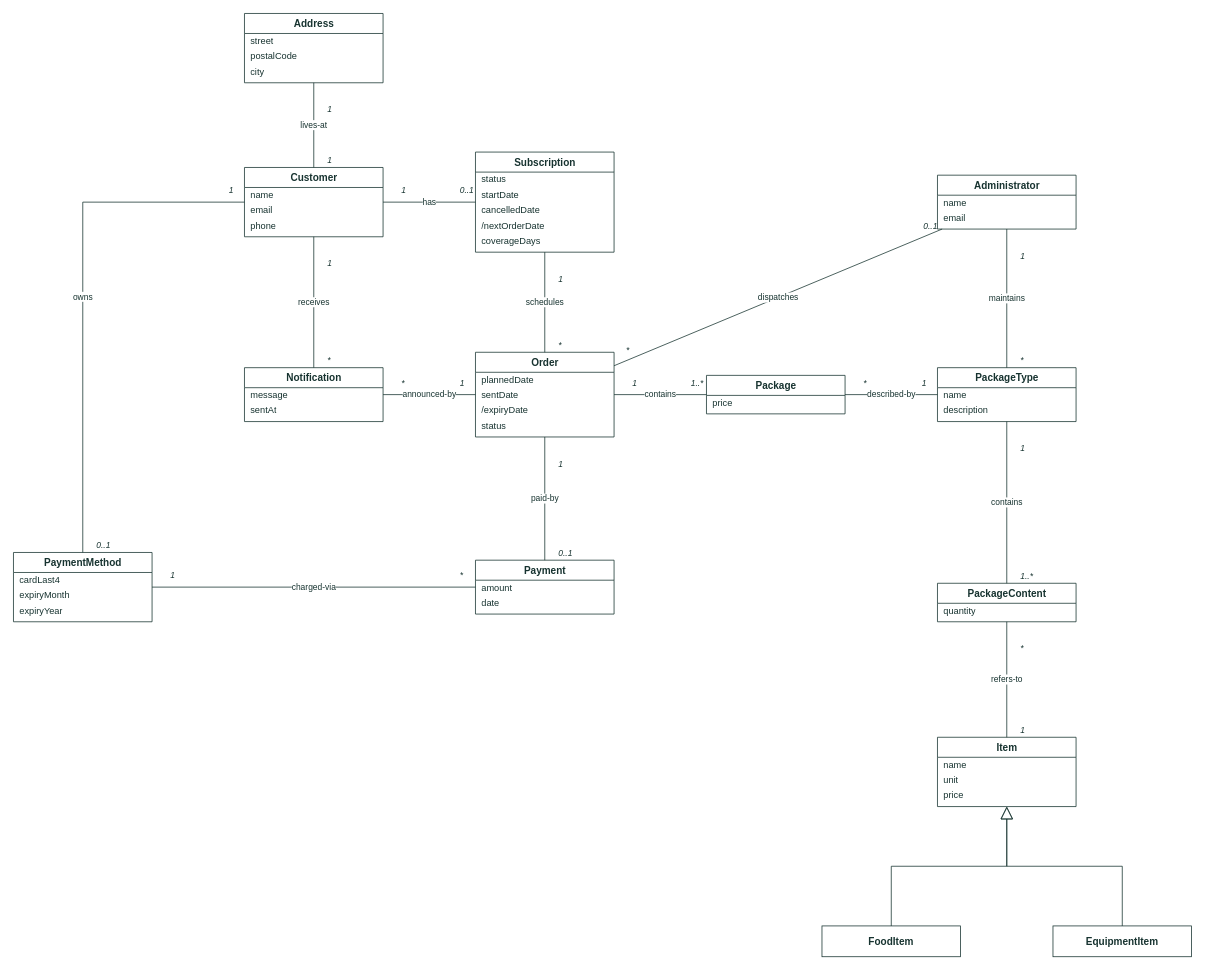
Before: page "Domain model" (1 of 3) of docs/assets/drawio/domain-model.drawio in Mosekjaer/prepmeup, a draw.io diagram. Source tidied: cells renumbered, new cells numbered last; positions are measured from the earlier drawing's top-left corner, leaving out a move shared by most shapes. Both pictures are drawn from the tidied source at 77%, with x=0, y=0 at pixel (13, 13).
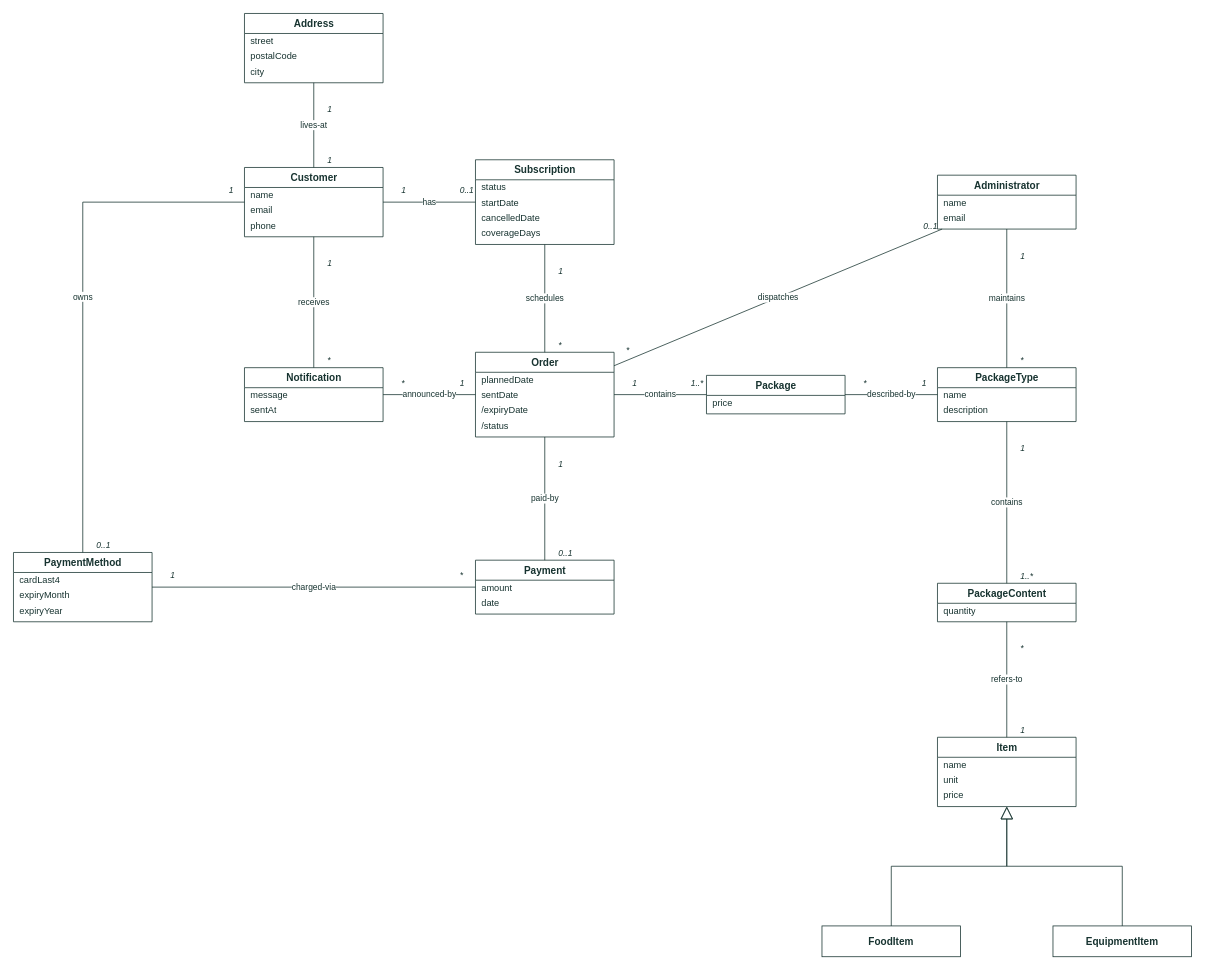
Above is the later version.

Commit message (it also covers changes not shown here):
docs: derive order status and drop next order date

Order status follows from sent_at (planned or sent), and delivery is not tracked. The next order date is the planned date of the planned order, so subscriptions no longer store it.

Unchanged cells that the change refers to:
```xml
<mxCell id="22" value="Order" style="swimlane;fontStyle=1;horizontal=1;startSize=26;fillColor=#FFFFFF;swimlaneFillColor=#FFFFFF;strokeColor=#173330;fontColor=#173330;fontSize=13;html=1;" parent="1" vertex="1">
  <mxGeometry x="600" y="440" width="180" height="110" as="geometry" />
</mxCell>
```

What changed in the source:
```diff
@@
     <mxCell id="10" value="Subscription" style="swimlane;fontStyle=1;horizontal=1;startSize=26;fillColor=#FFFFFF;swimlaneFillColor=#FFFFFF;strokeColor=#173330;fontColor=#173330;fontSize=13;html=1;" parent="1" vertex="1">
-      <mxGeometry x="600" y="180" width="180" height="130" as="geometry" />
+      <mxGeometry x="600" y="190" width="180" height="110" as="geometry" />
     </mxCell>
@@
-    <mxCell id="14" value="/nextOrderDate" style="text;strokeColor=none;fillColor=none;align=left;verticalAlign=middle;spacingLeft=6;spacingRight=4;overflow=hidden;fontSize=12;html=1;fontColor=#173330;" parent="10" vertex="1">
+    <mxCell id="14" value="coverageDays" style="text;strokeColor=none;fillColor=none;align=left;verticalAlign=middle;spacingLeft=6;spacingRight=4;overflow=hidden;fontSize=12;html=1;fontColor=#173330;" parent="10" vertex="1">
       <mxGeometry y="86" width="180" height="20" as="geometry" />
     </mxCell>
-    <mxCell id="15" value="coverageDays" style="text;strokeColor=none;fillColor=none;align=left;verticalAlign=middle;spacingLeft=6;spacingRight=4;overflow=hidden;fontSize=12;html=1;fontColor=#173330;" parent="10" vertex="1">
-      <mxGeometry y="106" width="180" height="20" as="geometry" />
-    </mxCell>
@@
-    <mxCell id="26" value="status" style="text;strokeColor=none;fillColor=none;align=left;verticalAlign=middle;spacingLeft=6;spacingRight=4;overflow=hidden;fontSize=12;html=1;fontColor=#173330;" parent="22" vertex="1">
+    <mxCell id="26" value="/status" style="text;strokeColor=none;fillColor=none;align=left;verticalAlign=middle;spacingLeft=6;spacingRight=4;overflow=hidden;fontSize=12;html=1;fontColor=#173330;" parent="22" vertex="1">
       <mxGeometry y="86" width="180" height="20" as="geometry" />
     </mxCell>
```
